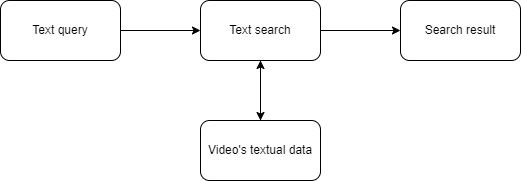
Above: img/machine-learning-system-design/youtube-video-search3.png in riehseun/riehseun.github.io (draw.io), before the change. Source tidied: cells renumbered, new cells last; positions are measured from the earlier drawing's top-left corner, leaving out a move shared by most shapes.
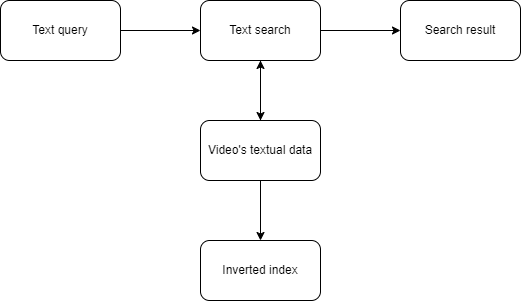
After the commit.

What changed in the source:
```diff
@@ -20,11 +20,17 @@
     <mxCell id="7" style="edgeStyle=orthogonalEdgeStyle;rounded=0;jettySize=auto;html=1;exitX=0.5;exitY=0;exitDx=0;exitDy=0;entryX=0.5;entryY=1;entryDx=0;entryDy=0;" parent="1" edge="1" source="8" target="6">
       <mxGeometry relative="1" as="geometry" />
     </mxCell>
+    <mxCell id="10" style="edgeStyle=orthogonalEdgeStyle;rounded=0;jettySize=auto;html=1;exitX=0.5;exitY=1;exitDx=0;exitDy=0;entryX=0.5;entryY=0;entryDx=0;entryDy=0;" parent="1" edge="1" source="8" target="11">
+      <mxGeometry relative="1" as="geometry" />
+    </mxCell>
     <mxCell id="8" value="Video's textual data" style="rounded=1;whiteSpace=wrap;html=1;" parent="1" vertex="1">
       <mxGeometry x="200" y="120" width="120" height="60" as="geometry" />
     </mxCell>
     <mxCell id="9" value="Search result" style="rounded=1;whiteSpace=wrap;html=1;" parent="1" vertex="1">
       <mxGeometry x="400" width="120" height="60" as="geometry" />
     </mxCell>
+    <mxCell id="11" value="Inverted index" style="rounded=1;whiteSpace=wrap;html=1;" parent="1" vertex="1">
+      <mxGeometry x="200" y="240" width="120" height="60" as="geometry" />
+    </mxCell>
   </root>
 </mxGraphModel>
```
